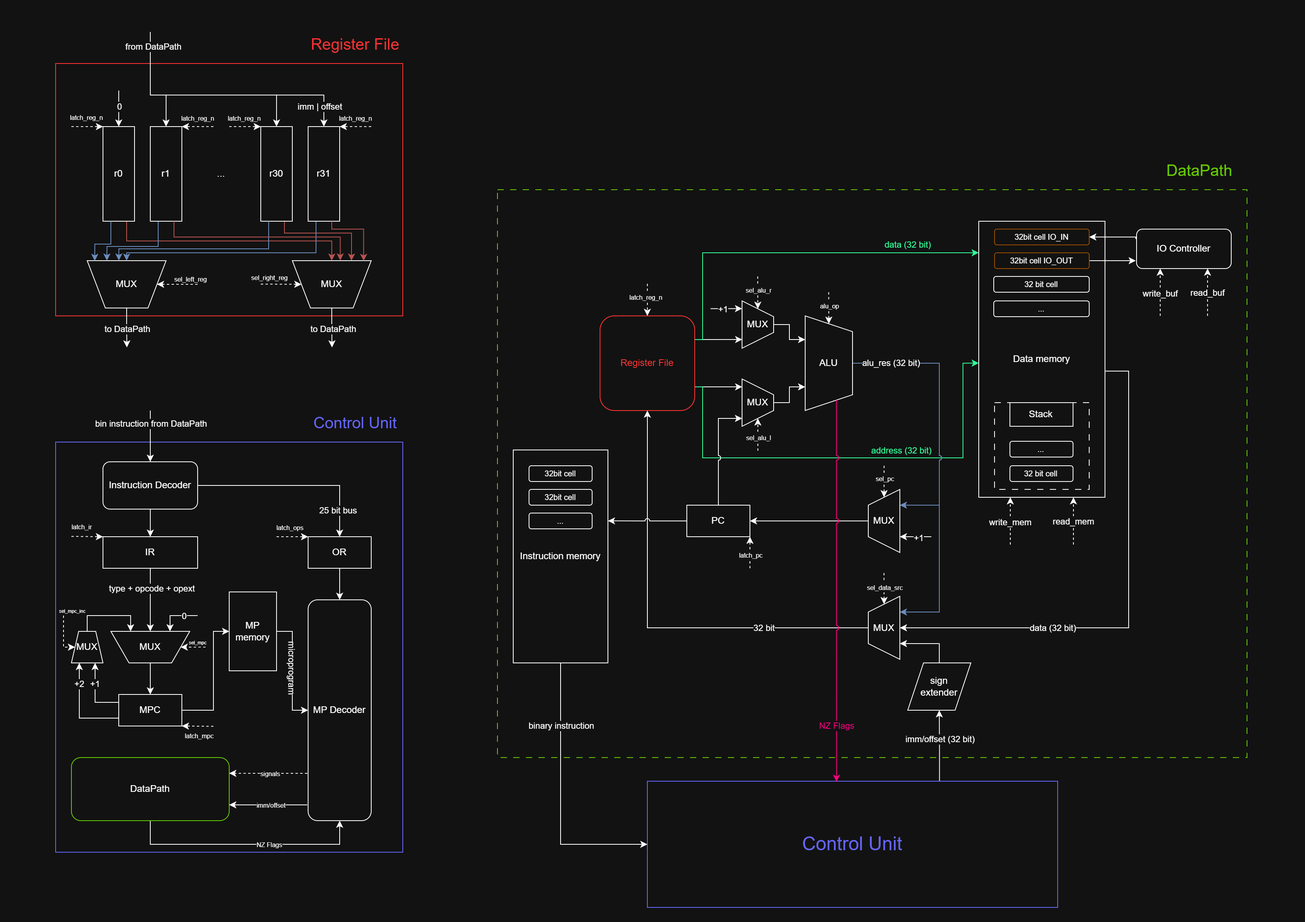
This is scheme/Machine_scheme.drawio.png from bilyardvmetro/CSA-Lab4, a draw.io export, as it was before one commit. Source tidied: cells renumbered, new cells last; positions are measured from the earlier drawing's top-left corner, leaving out a move shared by most shapes.
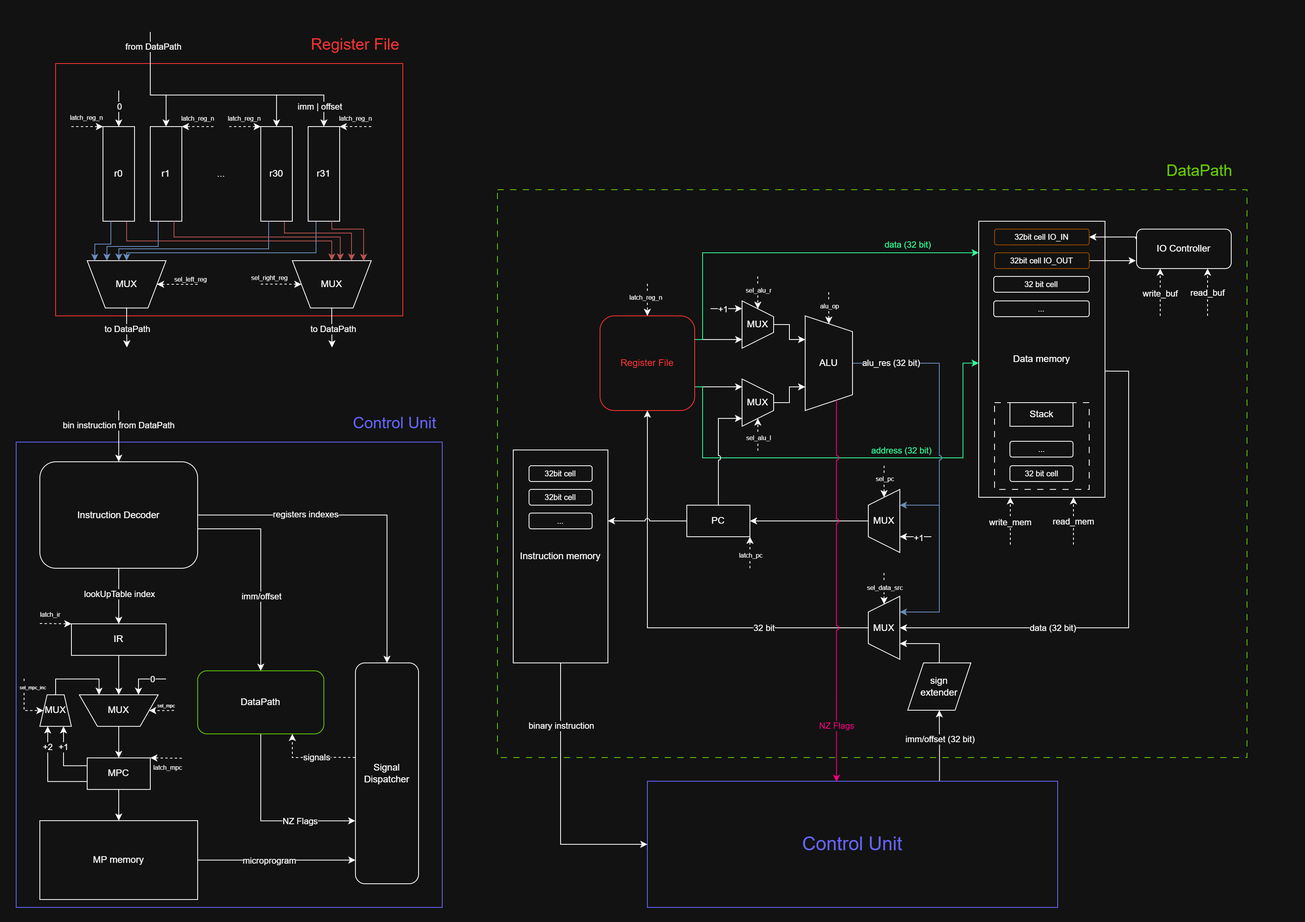
After the change.

Commit message:
:memo: update scheme & doc

Change to the diagram source:
```diff
@@ -234,93 +234,72 @@
       </mxGeometry>
     </mxCell>
     <mxCell id="43" style="rounded=0;whiteSpace=wrap;html=1;fillColor=none;strokeColor=#6666FF;" parent="1" vertex="1">
-      <mxGeometry y="520" width="440" height="520" as="geometry" />
+      <mxGeometry x="-50" y="520" width="540" height="590" as="geometry" />
     </mxCell>
     <mxCell id="44" value="&lt;font style=&quot;color: rgb(102, 102, 255); font-size: 20px;&quot;&gt;Control Unit&lt;/font&gt;" style="text;html=1;align=center;verticalAlign=middle;whiteSpace=wrap;rounded=0;" parent="1" vertex="1">
-      <mxGeometry x="320" y="480" width="120" height="30" as="geometry" />
+      <mxGeometry x="370" y="480" width="120" height="30" as="geometry" />
     </mxCell>
-    <mxCell id="45" style="edgeStyle=orthogonalEdgeStyle;rounded=0;jettySize=auto;html=1;exitX=1;exitY=0.5;exitDx=0;exitDy=0;entryX=0.5;entryY=0;entryDx=0;entryDy=0;" parent="1" edge="1" source="50" target="55">
+    <mxCell id="45" style="edgeStyle=orthogonalEdgeStyle;rounded=0;jettySize=auto;html=1;exitX=1;exitY=0.5;exitDx=0;exitDy=0;entryX=0.5;entryY=0;entryDx=0;entryDy=0;" parent="1" edge="1" source="50" target="74">
       <mxGeometry relative="1" as="geometry" />
     </mxCell>
-    <mxCell id="46" value="25 bit bus" style="edgeLabel;html=1;align=center;verticalAlign=middle;" parent="45" vertex="1">
-      <mxGeometry x="0.18" y="-2" relative="1" as="geometry">
-        <mxPoint x="34" y="29" as="offset" />
-      </mxGeometry>
-    </mxCell>
+    <mxCell id="167" value="registers indexes" style="edgeLabel;html=1;align=center;verticalAlign=middle;" parent="45" vertex="1">
+      <mxGeometry x="-0.36" y="1" relative="1" as="geometry" />
+    </mxCell>
     <mxCell id="47" style="edgeStyle=orthogonalEdgeStyle;rounded=0;jettySize=auto;html=1;exitX=0.5;exitY=1;exitDx=0;exitDy=0;entryX=0.5;entryY=0;entryDx=0;entryDy=0;" parent="1" edge="1" source="50" target="53">
       <mxGeometry relative="1" as="geometry" />
     </mxCell>
-    <mxCell id="48" style="edgeStyle=orthogonalEdgeStyle;rounded=0;jettySize=auto;html=1;exitX=0.5;exitY=0;exitDx=0;exitDy=0;entryX=0.5;entryY=0;entryDx=0;entryDy=0;" parent="1" edge="1" target="50">
-      <mxGeometry relative="1" as="geometry">
-        <mxPoint x="120" y="480" as="sourcePoint" />
-        <Array as="points">
-          <mxPoint x="120" y="520" />
-          <mxPoint x="120" y="520" />
-        </Array>
-      </mxGeometry>
-    </mxCell>
-    <mxCell id="49" value="bin instruction from DataPath" style="edgeLabel;html=1;align=center;verticalAlign=middle;" parent="48" vertex="1">
-      <mxGeometry x="-0.49" relative="1" as="geometry" />
-    </mxCell>
+    <mxCell id="168" value="lookUpTable index" style="edgeLabel;html=1;align=center;verticalAlign=middle;" parent="47" vertex="1">
+      <mxGeometry x="-0.38" y="-1" relative="1" as="geometry">
+        <mxPoint x="1" y="10" as="offset" />
+      </mxGeometry>
+    </mxCell>
     <mxCell id="50" value="Instruction Decoder" style="rounded=1;whiteSpace=wrap;html=1;" parent="1" vertex="1">
-      <mxGeometry x="60" y="545" width="120" height="60" as="geometry" />
+      <mxGeometry x="-20" y="545" width="200" height="135" as="geometry" />
     </mxCell>
     <mxCell id="51" style="edgeStyle=orthogonalEdgeStyle;rounded=0;jettySize=auto;html=1;exitX=0.5;exitY=1;exitDx=0;exitDy=0;entryX=0.5;entryY=0;entryDx=0;entryDy=0;" parent="1" edge="1" source="53" target="57">
       <mxGeometry relative="1" as="geometry" />
     </mxCell>
-    <mxCell id="52" value="type + opcode + opext" style="edgeLabel;html=1;align=center;verticalAlign=middle;" parent="51" vertex="1">
-      <mxGeometry x="-0.04" y="1" relative="1" as="geometry">
-        <mxPoint y="-13" as="offset" />
-      </mxGeometry>
-    </mxCell>
     <mxCell id="53" value="IR" style="rounded=0;whiteSpace=wrap;html=1;" parent="1" vertex="1">
-      <mxGeometry x="60" y="640" width="120" height="40" as="geometry" />
+      <mxGeometry x="20" y="750.4" width="120" height="40" as="geometry" />
     </mxCell>
-    <mxCell id="54" style="edgeStyle=orthogonalEdgeStyle;rounded=0;jettySize=auto;html=1;exitX=0.5;exitY=1;exitDx=0;exitDy=0;entryX=0.5;entryY=0;entryDx=0;entryDy=0;" parent="1" edge="1" source="55" target="74">
-      <mxGeometry relative="1" as="geometry" />
-    </mxCell>
-    <mxCell id="55" value="OR" style="rounded=0;whiteSpace=wrap;html=1;" parent="1" vertex="1">
-      <mxGeometry x="320" y="640" width="80" height="40" as="geometry" />
-    </mxCell>
     <mxCell id="56" style="edgeStyle=orthogonalEdgeStyle;rounded=0;jettySize=auto;html=1;exitX=0.5;exitY=1;exitDx=0;exitDy=0;entryX=0.5;entryY=0;entryDx=0;entryDy=0;" parent="1" edge="1" source="57" target="70">
       <mxGeometry relative="1" as="geometry" />
     </mxCell>
     <mxCell id="57" value="MUX" style="verticalLabelPosition=middle;verticalAlign=middle;html=1;shape=trapezoid;perimeter=trapezoidPerimeter;whiteSpace=wrap;size=0.23;arcSize=10;flipV=1;labelPosition=center;align=center;" parent="1" vertex="1">
-      <mxGeometry x="70" y="760" width="100" height="40" as="geometry" />
+      <mxGeometry x="30" y="840.4" width="100" height="40" as="geometry" />
     </mxCell>
     <mxCell id="58" style="endArrow=classic;html=1;rounded=0;entryX=0.75;entryY=0;entryDx=0;entryDy=0;edgeStyle=orthogonalEdgeStyle;" parent="1" edge="1" target="57">
       <mxGeometry relative="1" as="geometry">
-        <mxPoint x="180" y="740" as="sourcePoint" />
+        <mxPoint x="140" y="820.4" as="sourcePoint" />
         <Array as="points">
-          <mxPoint x="180" y="740" />
-          <mxPoint x="145" y="740" />
+          <mxPoint x="140" y="820.4" />
+          <mxPoint x="105" y="820.4" />
         </Array>
       </mxGeometry>
     </mxCell>
     <mxCell id="59" value="0" style="edgeLabel;html=1;align=center;verticalAlign=middle;" parent="58" vertex="1">
       <mxGeometry x="-0.36" relative="1" as="geometry" />
     </mxCell>
-    <mxCell id="60" style="edgeStyle=orthogonalEdgeStyle;rounded=0;jettySize=auto;html=1;exitX=0.5;exitY=1;exitDx=0;exitDy=0;entryX=0.5;entryY=1;entryDx=0;entryDy=0;" parent="1" edge="1" source="62" target="74">
+    <mxCell id="60" style="edgeStyle=orthogonalEdgeStyle;rounded=0;jettySize=auto;html=1;entryX=-0.003;entryY=0.715;entryDx=0;entryDy=0;exitX=0.5;exitY=1;exitDx=0;exitDy=0;entryPerimeter=0;" parent="1" edge="1" source="62" target="74">
       <mxGeometry relative="1" as="geometry">
         <Array as="points">
-          <mxPoint x="120" y="1030" />
-          <mxPoint x="360" y="1030" />
+          <mxPoint x="260" y="1000" />
         </Array>
       </mxGeometry>
     </mxCell>
-    <mxCell id="61" value="&lt;font style=&quot;font-size: 8px;&quot;&gt;NZ Flags&lt;/font&gt;" style="edgeLabel;html=1;align=center;verticalAlign=middle;" parent="60" vertex="1">
+    <mxCell id="61" value="&lt;font&gt;NZ Flags&lt;/font&gt;" style="edgeLabel;html=1;align=center;verticalAlign=middle;" parent="60" vertex="1">
       <mxGeometry x="0.16" y="1" relative="1" as="geometry">
-        <mxPoint x="6" as="offset" />
+        <mxPoint x="27" y="1" as="offset" />
       </mxGeometry>
     </mxCell>
     <mxCell id="62" value="DataPath" style="rounded=1;whiteSpace=wrap;html=1;strokeColor=#66CC00;" parent="1" vertex="1">
-      <mxGeometry x="20" y="920" width="200" height="80" as="geometry" />
+      <mxGeometry x="180" y="810" width="160" height="80" as="geometry" />
     </mxCell>
     <mxCell id="63" style="edgeStyle=orthogonalEdgeStyle;rounded=0;jettySize=auto;html=1;exitX=0.5;exitY=0;exitDx=0;exitDy=0;entryX=0.25;entryY=0;entryDx=0;entryDy=0;" parent="1" edge="1" source="64" target="57">
       <mxGeometry relative="1" as="geometry" />
     </mxCell>
     <mxCell id="64" value="MUX" style="verticalLabelPosition=middle;verticalAlign=middle;html=1;shape=trapezoid;perimeter=trapezoidPerimeter;whiteSpace=wrap;size=0.23;arcSize=10;flipV=0;labelPosition=center;align=center;" parent="1" vertex="1">
-      <mxGeometry x="20" y="760" width="40" height="40" as="geometry" />
+      <mxGeometry x="-20" y="840.4" width="40" height="40" as="geometry" />
     </mxCell>
     <mxCell id="65" style="edgeStyle=orthogonalEdgeStyle;rounded=0;jettySize=auto;html=1;exitX=0;exitY=0.25;exitDx=0;exitDy=0;entryX=0.75;entryY=1;entryDx=0;entryDy=0;" parent="1" edge="1" source="70" target="64">
       <mxGeometry relative="1" as="geometry" />
@@ -338,62 +317,47 @@
         <mxPoint x="-13" y="-44" as="offset" />
       </mxGeometry>
     </mxCell>
-    <mxCell id="69" style="edgeStyle=orthogonalEdgeStyle;rounded=0;jettySize=auto;html=1;exitX=1;exitY=0.5;exitDx=0;exitDy=0;entryX=0;entryY=0.5;entryDx=0;entryDy=0;" parent="1" edge="1" source="70" target="73">
-      <mxGeometry relative="1" as="geometry">
-        <Array as="points">
-          <mxPoint x="200" y="860" />
-          <mxPoint x="200" y="760" />
-        </Array>
-      </mxGeometry>
-    </mxCell>
     <mxCell id="70" value="MPC" style="rounded=0;whiteSpace=wrap;html=1;" parent="1" vertex="1">
-      <mxGeometry x="80" y="840" width="80" height="40" as="geometry" />
+      <mxGeometry x="40" y="920.4" width="80" height="40" as="geometry" />
     </mxCell>
-    <mxCell id="71" style="edgeStyle=orthogonalEdgeStyle;rounded=0;jettySize=auto;html=1;exitX=1;exitY=0.5;exitDx=0;exitDy=0;entryX=0;entryY=0.5;entryDx=0;entryDy=0;" parent="1" edge="1" source="73" target="74">
-      <mxGeometry relative="1" as="geometry">
-        <Array as="points">
-          <mxPoint x="300" y="760" />
-          <mxPoint x="300" y="860" />
-        </Array>
-      </mxGeometry>
+    <mxCell id="71" style="edgeStyle=orthogonalEdgeStyle;rounded=0;jettySize=auto;html=1;exitX=0.5;exitY=1;exitDx=0;exitDy=0;entryX=0.5;entryY=0;entryDx=0;entryDy=0;" parent="1" edge="1" source="70" target="73">
+      <mxGeometry relative="1" as="geometry" />
     </mxCell>
-    <mxCell id="72" value="&lt;font&gt;microprogram&lt;/font&gt;" style="edgeLabel;html=1;align=center;verticalAlign=middle;rotation=90;" parent="71" vertex="1">
-      <mxGeometry x="-0.31" y="1" relative="1" as="geometry">
-        <mxPoint x="-1" y="18" as="offset" />
-      </mxGeometry>
-    </mxCell>
     <mxCell id="73" value="MP memory" style="rounded=0;whiteSpace=wrap;html=1;" parent="1" vertex="1">
-      <mxGeometry x="220" y="710" width="60" height="100" as="geometry" />
+      <mxGeometry x="-20" y="1000" width="200" height="100" as="geometry" />
     </mxCell>
-    <mxCell id="74" value="MP Decoder" style="rounded=1;whiteSpace=wrap;html=1;" parent="1" vertex="1">
-      <mxGeometry x="320" y="720" width="80" height="280" as="geometry" />
+    <mxCell id="74" value="Signal Dispatcher" style="rounded=1;whiteSpace=wrap;html=1;" parent="1" vertex="1">
+      <mxGeometry x="380" y="800" width="80" height="280" as="geometry" />
     </mxCell>
-    <mxCell id="75" style="edgeStyle=orthogonalEdgeStyle;rounded=0;orthogonalLoop=1;jettySize=auto;html=1;exitX=-0.013;exitY=0.777;exitDx=0;exitDy=0;entryX=1;entryY=0.25;entryDx=0;entryDy=0;exitPerimeter=0;dashed=1;" parent="1" edge="1">
+    <mxCell id="75" style="edgeStyle=orthogonalEdgeStyle;rounded=0;jettySize=auto;html=1;exitX=-0.006;exitY=0.428;exitDx=0;exitDy=0;entryX=0.75;entryY=1;entryDx=0;entryDy=0;exitPerimeter=0;dashed=1;" parent="1" edge="1" source="74" target="62">
       <mxGeometry relative="1" as="geometry">
-        <mxPoint x="319" y="940.1" as="sourcePoint" />
-        <mxPoint x="220" y="940" as="targetPoint" />
         <Array as="points">
-          <mxPoint x="270" y="940" />
+          <mxPoint x="331" y="920" />
+          <mxPoint x="300" y="920" />
         </Array>
       </mxGeometry>
     </mxCell>
-    <mxCell id="76" value="&lt;font style=&quot;font-size: 8px;&quot;&gt;signals&lt;/font&gt;" style="edgeLabel;html=1;align=center;verticalAlign=middle;" parent="75" vertex="1">
+    <mxCell id="76" value="&lt;font&gt;signals&lt;/font&gt;" style="edgeLabel;html=1;align=center;verticalAlign=middle;" parent="75" vertex="1">
       <mxGeometry x="-0.01" y="-3" relative="1" as="geometry">
-        <mxPoint x="2" y="2" as="offset" />
+        <mxPoint x="5" y="3" as="offset" />
       </mxGeometry>
     </mxCell>
-    <mxCell id="77" style="edgeStyle=orthogonalEdgeStyle;rounded=0;orthogonalLoop=1;jettySize=auto;html=1;exitX=-0.013;exitY=0.777;exitDx=0;exitDy=0;entryX=1;entryY=0.25;entryDx=0;entryDy=0;exitPerimeter=0;" parent="1" edge="1">
+    <mxCell id="77" style="edgeStyle=orthogonalEdgeStyle;rounded=0;jettySize=auto;html=1;exitX=1;exitY=0.5;exitDx=0;exitDy=0;entryX=0.5;entryY=0;entryDx=0;entryDy=0;" parent="1" edge="1" source="50" target="62">
       <mxGeometry relative="1" as="geometry">
-        <mxPoint x="319" y="980" as="sourcePoint" />
-        <mxPoint x="220" y="980" as="targetPoint" />
+        <Array as="points">
+          <mxPoint x="180" y="630" />
+          <mxPoint x="260" y="630" />
+        </Array>
       </mxGeometry>
     </mxCell>
-    <mxCell id="78" value="&lt;span style=&quot;font-size: 8px;&quot;&gt;imm/offset&lt;/span&gt;" style="edgeLabel;html=1;align=center;verticalAlign=middle;" parent="77" vertex="1">
-      <mxGeometry x="-0.06" y="-1" relative="1" as="geometry" />
+    <mxCell id="78" value="&lt;font&gt;imm/offset&lt;/font&gt;" style="edgeLabel;html=1;align=center;verticalAlign=middle;" parent="77" vertex="1">
+      <mxGeometry x="-0.06" y="-1" relative="1" as="geometry">
+        <mxPoint x="1" y="52" as="offset" />
+      </mxGeometry>
     </mxCell>
     <mxCell id="79" style="endArrow=classic;html=1;rounded=0;dashed=1;entryX=1;entryY=0.5;entryDx=0;entryDy=0;" parent="1" edge="1" target="57">
       <mxGeometry relative="1" as="geometry">
-        <mxPoint x="190" y="779.9" as="sourcePoint" />
+        <mxPoint x="150" y="860.3" as="sourcePoint" />
       </mxGeometry>
     </mxCell>
     <mxCell id="80" value="&lt;font style=&quot;font-size: 6px;&quot;&gt;sel_mpc&lt;/font&gt;" style="edgeLabel;html=1;align=center;verticalAlign=middle;" parent="79" vertex="1">
@@ -403,16 +367,16 @@
     </mxCell>
     <mxCell id="81" style="endArrow=classic;html=1;rounded=0;dashed=1;edgeStyle=orthogonalEdgeStyle;entryX=0;entryY=0.5;entryDx=0;entryDy=0;" parent="1" edge="1" target="64">
       <mxGeometry relative="1" as="geometry">
-        <mxPoint x="10" y="740" as="sourcePoint" />
+        <mxPoint x="-40" y="820" as="sourcePoint" />
         <Array as="points">
-          <mxPoint x="10" y="740" />
-          <mxPoint x="10" y="780" />
+          <mxPoint x="-40" y="820" />
+          <mxPoint x="-40" y="860" />
         </Array>
       </mxGeometry>
     </mxCell>
     <mxCell id="82" value="&lt;font style=&quot;font-size: 6px;&quot;&gt;sel_mpc_inc&lt;/font&gt;" style="edgeLabel;html=1;align=center;verticalAlign=middle;" parent="81" vertex="1">
       <mxGeometry x="-0.27" relative="1" as="geometry">
-        <mxPoint x="10" y="-28" as="offset" />
+        <mxPoint x="10" y="-14" as="offset" />
       </mxGeometry>
     </mxCell>
     <mxCell id="83" style="rounded=0;whiteSpace=wrap;html=1;fillColor=none;dashed=1;dashPattern=8 8;strokeColor=#66CC00;" parent="1" vertex="1">
@@ -637,7 +601,7 @@
     </mxCell>
     <mxCell id="133" style="endArrow=classic;html=1;rounded=0;entryX=0;entryY=0;entryDx=0;entryDy=0;dashed=1;" parent="1" edge="1" target="53">
       <mxGeometry relative="1" as="geometry">
-        <mxPoint x="20" y="639.6" as="sourcePoint" />
+        <mxPoint x="-20" y="750" as="sourcePoint" />
       </mxGeometry>
     </mxCell>
     <mxCell id="134" value="&lt;font style=&quot;font-size: 8px;&quot;&gt;latch_ir&lt;/font&gt;" style="edgeLabel;html=1;align=center;verticalAlign=middle;" parent="133" vertex="1">
@@ -645,19 +609,9 @@
         <mxPoint x="-9" y="-13" as="offset" />
       </mxGeometry>
     </mxCell>
-    <mxCell id="135" style="endArrow=classic;html=1;rounded=0;entryX=0;entryY=0;entryDx=0;entryDy=0;dashed=1;" parent="1" edge="1" target="55">
-      <mxGeometry relative="1" as="geometry">
-        <mxPoint x="280" y="640" as="sourcePoint" />
-      </mxGeometry>
-    </mxCell>
-    <mxCell id="136" value="&lt;font style=&quot;font-size: 8px;&quot;&gt;latch_ops&lt;/font&gt;" style="edgeLabel;html=1;align=center;verticalAlign=middle;" parent="135" vertex="1">
-      <mxGeometry x="0.05" relative="1" as="geometry">
-        <mxPoint x="-5" y="-13" as="offset" />
-      </mxGeometry>
-    </mxCell>
-    <mxCell id="137" style="endArrow=classic;html=1;rounded=0;entryX=1;entryY=1;entryDx=0;entryDy=0;dashed=1;" parent="1" edge="1" target="70">
+    <mxCell id="137" style="endArrow=classic;html=1;rounded=0;entryX=1;entryY=0;entryDx=0;entryDy=0;dashed=1;" parent="1" edge="1" target="70">
       <mxGeometry relative="1" as="geometry">
-        <mxPoint x="200" y="880.4" as="sourcePoint" />
+        <mxPoint x="160" y="920.9" as="sourcePoint" />
       </mxGeometry>
     </mxCell>
     <mxCell id="138" value="&lt;font style=&quot;font-size: 8px;&quot;&gt;latch_mpc&lt;/font&gt;" style="edgeLabel;html=1;align=center;verticalAlign=middle;" parent="137" vertex="1">
@@ -794,5 +748,23 @@
     <mxCell id="166" value="sign&lt;div&gt;&lt;span style=&quot;background-color: transparent; color: light-dark(rgb(0, 0, 0), rgb(255, 255, 255));&quot;&gt;extender&lt;/span&gt;&lt;/div&gt;" style="shape=parallelogram;perimeter=parallelogramPerimeter;whiteSpace=wrap;html=1;fixedSize=1;" parent="1" vertex="1">
       <mxGeometry x="1080" y="800" width="80" height="60" as="geometry" />
     </mxCell>
+    <mxCell id="169" style="endArrow=classic;html=1;rounded=0;entryX=0.5;entryY=0;entryDx=0;entryDy=0;" parent="1" edge="1" target="50">
+      <mxGeometry relative="1" as="geometry">
+        <mxPoint x="80" y="480" as="sourcePoint" />
+      </mxGeometry>
+    </mxCell>
+    <mxCell id="49" value="bin instruction from DataPath" style="edgeLabel;html=1;align=center;verticalAlign=middle;" parent="169" vertex="1">
+      <mxGeometry x="-0.43" y="-1" relative="1" as="geometry" />
+    </mxCell>
+    <mxCell id="170" style="edgeStyle=orthogonalEdgeStyle;rounded=0;jettySize=auto;html=1;exitX=1;exitY=0.5;exitDx=0;exitDy=0;" parent="1" edge="1" source="73">
+      <mxGeometry relative="1" as="geometry">
+        <mxPoint x="380" y="1050" as="targetPoint" />
+      </mxGeometry>
+    </mxCell>
+    <mxCell id="72" value="microprogram" style="edgeLabel;html=1;align=center;verticalAlign=middle;" parent="170" vertex="1">
+      <mxGeometry x="-0.18" y="-2" relative="1" as="geometry">
+        <mxPoint x="8" y="-2" as="offset" />
+      </mxGeometry>
+    </mxCell>
   </root>
 </mxGraphModel>
```
